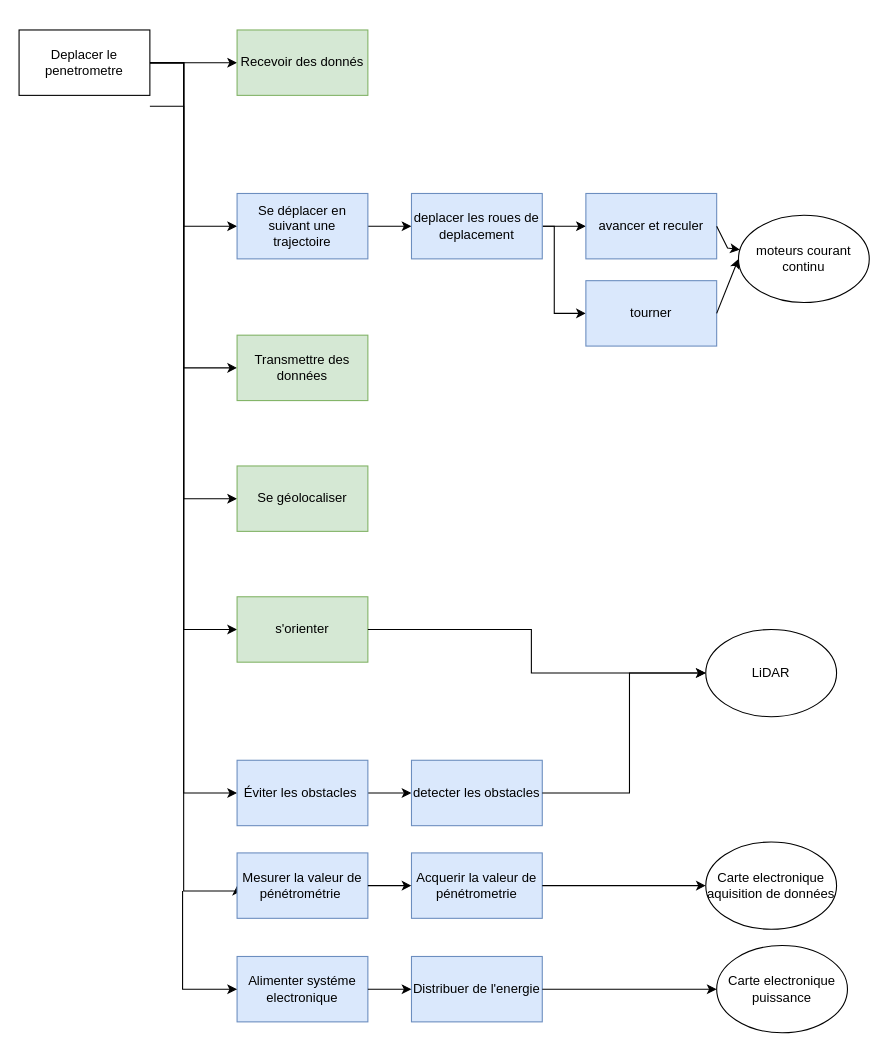
This is documentation/D-FAST_ER-TA1.drawio from ToGen49/Hippodrome, a draw.io file, before an edit. Source tidied: cells renumbered, new cells numbered last; positions are measured from the earlier drawing's top-left corner, leaving out a move shared by most shapes. Both pictures are drawn from the tidied source at 109%, with x=0, y=0 at pixel (19, 29).
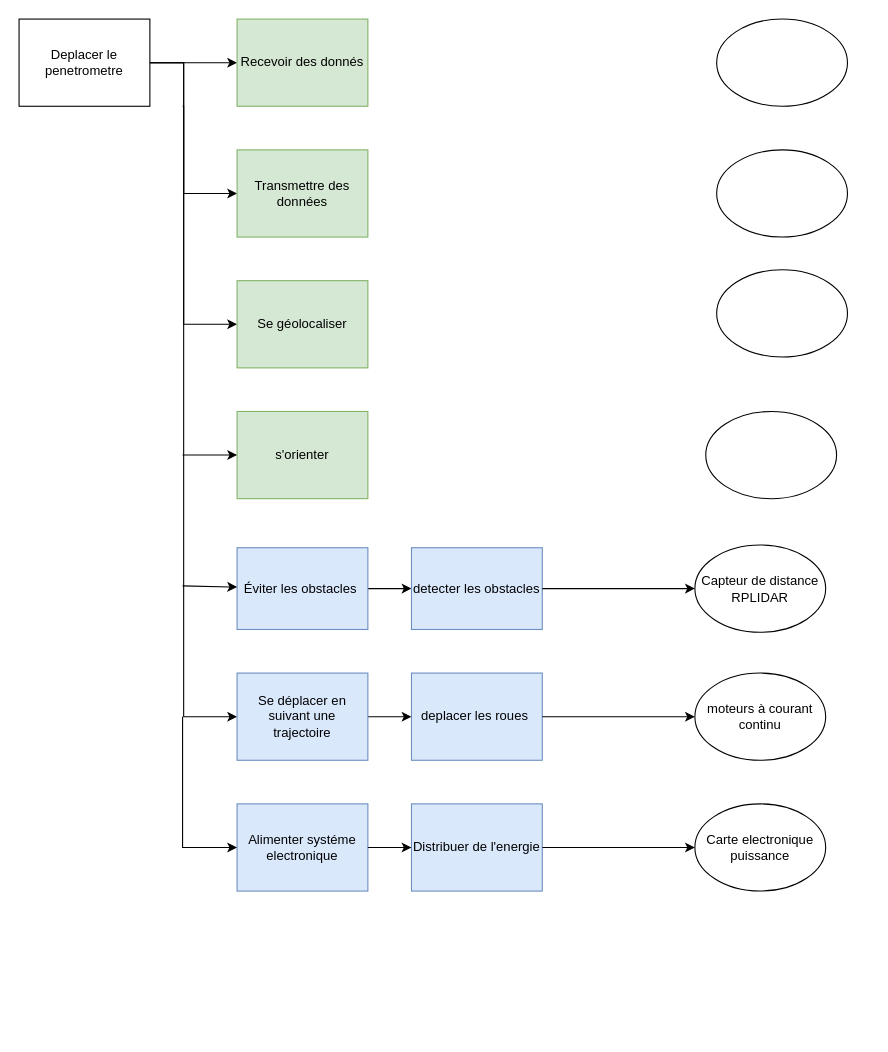
Above is the later version.

Commit message:
Mettre à jour D-FAST_ER-TA1.drawio

What changed in the source:
```diff
@@
     <mxCell id="3" style="edgeStyle=orthogonalEdgeStyle;rounded=0;jettySize=auto;html=1;exitX=1;exitY=0.5;exitDx=0;exitDy=0;entryX=0;entryY=0.5;entryDx=0;entryDy=0;" parent="1" edge="1" source="9" target="15">
       <mxGeometry relative="1" as="geometry">
         <Array as="points">
           <mxPoint x="151" y="30" />
-          <mxPoint x="151" y="180" />
+          <mxPoint x="151" y="630" />
         </Array>
       </mxGeometry>
     </mxCell>
-    <mxCell id="4" style="edgeStyle=orthogonalEdgeStyle;rounded=0;orthogonalLoop=1;jettySize=auto;html=1;exitX=1;exitY=0.5;exitDx=0;exitDy=0;entryX=0;entryY=0.5;entryDx=0;entryDy=0;" parent="1" edge="1">
+    <mxCell id="4" style="edgeStyle=orthogonalEdgeStyle;rounded=0;jettySize=auto;html=1;entryX=0;entryY=0.5;entryDx=0;entryDy=0;" parent="1" edge="1" target="11">
       <mxGeometry relative="1" as="geometry">
-        <mxPoint x="120" y="70" as="sourcePoint" />
-        <mxPoint x="200" y="430" as="targetPoint" />
+        <mxPoint x="150" y="70" as="sourcePoint" />
         <Array as="points">
           <mxPoint x="151" y="70" />
-          <mxPoint x="151" y="430" />
-          <mxPoint x="200" y="430" />
+          <mxPoint x="151" y="270" />
         </Array>
       </mxGeometry>
     </mxCell>
-    <mxCell id="5" style="edgeStyle=orthogonalEdgeStyle;rounded=0;jettySize=auto;html=1;exitX=1;exitY=0.5;exitDx=0;exitDy=0;entryX=0;entryY=0.5;entryDx=0;entryDy=0;" parent="1" edge="1" source="9" target="12">
-      <mxGeometry relative="1" as="geometry">
-        <Array as="points">
-          <mxPoint x="151" y="30" />
-          <mxPoint x="151" y="550" />
-          <mxPoint x="200" y="550" />
-        </Array>
-      </mxGeometry>
-    </mxCell>
     <mxCell id="6" style="edgeStyle=orthogonalEdgeStyle;rounded=0;jettySize=auto;html=1;exitX=1;exitY=0.5;exitDx=0;exitDy=0;entryX=0;entryY=0.5;entryDx=0;entryDy=0;" parent="1" edge="1" source="9" target="13">
       <mxGeometry relative="1" as="geometry">
         <Array as="points">
           <mxPoint x="151" y="30" />
-          <mxPoint x="151" y="310" />
-          <mxPoint x="200" y="310" />
+          <mxPoint x="151" y="150" />
         </Array>
       </mxGeometry>
     </mxCell>
-    <mxCell id="7" style="edgeStyle=orthogonalEdgeStyle;rounded=0;jettySize=auto;html=1;exitX=1;exitY=0.5;exitDx=0;exitDy=0;entryX=0;entryY=0.5;entryDx=0;entryDy=0;" parent="1" edge="1" source="9" target="17">
-      <mxGeometry relative="1" as="geometry">
-        <Array as="points">
-          <mxPoint x="151" y="30" />
-          <mxPoint x="151" y="700" />
-        </Array>
-      </mxGeometry>
-    </mxCell>
-    <mxCell id="8" style="edgeStyle=orthogonalEdgeStyle;rounded=0;jettySize=auto;html=1;exitX=1;exitY=0.5;exitDx=0;exitDy=0;entryX=0;entryY=0.5;entryDx=0;entryDy=0;" parent="1" edge="1" source="9" target="18">
-      <mxGeometry relative="1" as="geometry">
-        <Array as="points">
-          <mxPoint x="151" y="30" />
-          <mxPoint x="151" y="790" />
-          <mxPoint x="200" y="790" />
-        </Array>
-      </mxGeometry>
-    </mxCell>
     <mxCell id="9" value="Deplacer le penetrometre" style="rounded=0;whiteSpace=wrap;html=1;" parent="1" vertex="1">
-      <mxGeometry width="120" height="60" as="geometry" />
+      <mxGeometry y="-10" width="120" height="80" as="geometry" />
     </mxCell>
     <mxCell id="10" value="Recevoir des donnés" style="rounded=0;whiteSpace=wrap;html=1;fillColor=#d5e8d4;strokeColor=#82b366;" parent="1" vertex="1">
-      <mxGeometry x="200" width="120" height="60" as="geometry" />
+      <mxGeometry x="200" y="-10" width="120" height="80" as="geometry" />
     </mxCell>
     <mxCell id="11" value="Se géolocaliser" style="rounded=0;whiteSpace=wrap;html=1;fillColor=#d5e8d4;strokeColor=#82b366;" parent="1" vertex="1">
-      <mxGeometry x="200" y="400" width="120" height="60" as="geometry" />
+      <mxGeometry x="200" y="230" width="120" height="80" as="geometry" />
     </mxCell>
     <mxCell id="12" value="s'orienter" style="rounded=0;whiteSpace=wrap;html=1;fillColor=#d5e8d4;strokeColor=#82b366;" parent="1" vertex="1">
-      <mxGeometry x="200" y="520" width="120" height="60" as="geometry" />
+      <mxGeometry x="200" y="350" width="120" height="80" as="geometry" />
     </mxCell>
     <mxCell id="13" value="Transmettre des données" style="rounded=0;whiteSpace=wrap;html=1;fillColor=#d5e8d4;strokeColor=#82b366;" parent="1" vertex="1">
-      <mxGeometry x="200" y="280" width="120" height="60" as="geometry" />
+      <mxGeometry x="200" y="110" width="120" height="80" as="geometry" />
     </mxCell>
@@
     <mxCell id="15" value="Se déplacer en suivant une&lt;br/&gt;trajectoire" style="rounded=0;whiteSpace=wrap;html=1;fillColor=#dae8fc;strokeColor=#6c8ebf;" parent="1" vertex="1">
-      <mxGeometry x="200" y="150" width="120" height="60" as="geometry" />
+      <mxGeometry x="200" y="590" width="120" height="80" as="geometry" />
     </mxCell>
@@
     <mxCell id="17" value="Éviter les obstacles&amp;nbsp;" style="rounded=0;whiteSpace=wrap;html=1;fillColor=#dae8fc;strokeColor=#6c8ebf;" parent="1" vertex="1">
-      <mxGeometry x="200" y="670" width="120" height="60" as="geometry" />
+      <mxGeometry x="200" y="475" width="120" height="75" as="geometry" />
     </mxCell>
-    <mxCell id="18" value="Mesurer la valeur de&lt;br/&gt;pénétrométrie&amp;nbsp;" style="rounded=0;whiteSpace=wrap;html=1;fillColor=#dae8fc;strokeColor=#6c8ebf;" parent="1" vertex="1">
-      <mxGeometry x="200" y="755" width="120" height="60" as="geometry" />
-    </mxCell>
-    <mxCell id="19" style="edgeStyle=orthogonalEdgeStyle;rounded=0;jettySize=auto;html=1;exitX=1;exitY=0.5;exitDx=0;exitDy=0;entryX=0;entryY=0.5;entryDx=0;entryDy=0;" parent="1" edge="1" source="21" target="23">
-      <mxGeometry relative="1" as="geometry" />
-    </mxCell>
-    <mxCell id="20" style="edgeStyle=orthogonalEdgeStyle;rounded=0;jettySize=auto;html=1;exitX=1;exitY=0.5;exitDx=0;exitDy=0;entryX=0;entryY=0.5;entryDx=0;entryDy=0;" parent="1" edge="1" source="21" target="24">
-      <mxGeometry relative="1" as="geometry">
-        <Array as="points">
-          <mxPoint x="491" y="180" />
-          <mxPoint x="491" y="260" />
-        </Array>
-      </mxGeometry>
-    </mxCell>
-    <mxCell id="21" value="deplacer les roues de deplacement" style="rounded=0;whiteSpace=wrap;html=1;fillColor=#dae8fc;strokeColor=#6c8ebf;" parent="1" vertex="1">
-      <mxGeometry x="360" y="150" width="120" height="60" as="geometry" />
+    <mxCell id="21" value="deplacer les roues&amp;nbsp;" style="rounded=0;whiteSpace=wrap;html=1;fillColor=#dae8fc;strokeColor=#6c8ebf;" parent="1" vertex="1">
+      <mxGeometry x="360" y="590" width="120" height="80" as="geometry" />
     </mxCell>
     <mxCell id="22" value="detecter les obstacles" style="rounded=0;whiteSpace=wrap;html=1;fillColor=#dae8fc;strokeColor=#6c8ebf;" parent="1" vertex="1">
-      <mxGeometry x="360" y="670" width="120" height="60" as="geometry" />
+      <mxGeometry x="360" y="475" width="120" height="75" as="geometry" />
     </mxCell>
-    <mxCell id="23" value="avancer et reculer" style="rounded=0;whiteSpace=wrap;html=1;fillColor=#dae8fc;strokeColor=#6c8ebf;" parent="1" vertex="1">
-      <mxGeometry x="520" y="150" width="120" height="60" as="geometry" />
-    </mxCell>
-    <mxCell id="24" value="tourner" style="rounded=0;whiteSpace=wrap;html=1;fillColor=#dae8fc;strokeColor=#6c8ebf;" parent="1" vertex="1">
-      <mxGeometry x="520" y="230" width="120" height="60" as="geometry" />
-    </mxCell>
-    <mxCell id="25" value="Acquerir la valeur de pénétrometrie" style="rounded=0;whiteSpace=wrap;html=1;fillColor=#dae8fc;strokeColor=#6c8ebf;" parent="1" vertex="1">
-      <mxGeometry x="360" y="755" width="120" height="60" as="geometry" />
-    </mxCell>
-    <mxCell id="26" style="endArrow=classic;html=1;rounded=0;exitX=1;exitY=0.5;exitDx=0;exitDy=0;entryX=0;entryY=0.5;entryDx=0;entryDy=0;" parent="1" edge="1" source="18" target="25">
-      <mxGeometry relative="1" as="geometry" />
-    </mxCell>
-    <mxCell id="27" value="LiDAR" style="ellipse;whiteSpace=wrap;html=1;" parent="1" vertex="1">
-      <mxGeometry x="630" y="550" width="120" height="80" as="geometry" />
+    <mxCell id="27" value="Capteur de distance RPLIDAR" style="ellipse;whiteSpace=wrap;html=1;" parent="1" vertex="1">
+      <mxGeometry x="620" y="472.5" width="120" height="80" as="geometry" />
     </mxCell>
-    <mxCell id="28" value="moteurs courant continu" style="ellipse;whiteSpace=wrap;html=1;" parent="1" vertex="1">
-      <mxGeometry x="660" y="170" width="120" height="80" as="geometry" />
+    <mxCell id="28" value="moteurs à courant continu" style="ellipse;whiteSpace=wrap;html=1;" parent="1" vertex="1">
+      <mxGeometry x="620" y="590" width="120" height="80" as="geometry" />
     </mxCell>
-    <mxCell id="29" style="endArrow=classic;html=1;rounded=0;entryX=0;entryY=0.5;entryDx=0;entryDy=0;" parent="1" edge="1" target="27">
-      <mxGeometry relative="1" as="geometry">
-        <mxPoint x="480" y="700" as="sourcePoint" />
-        <Array as="points">
-          <mxPoint x="560" y="700" />
-          <mxPoint x="560" y="590" />
-        </Array>
-      </mxGeometry>
+    <mxCell id="29" style="endArrow=classic;html=1;rounded=0;entryX=0;entryY=0.5;entryDx=0;entryDy=0;exitX=1;exitY=0.5;exitDx=0;exitDy=0;" parent="1" edge="1" source="22" target="27">
+      <mxGeometry relative="1" as="geometry" />
     </mxCell>
-    <mxCell id="30" style="endArrow=classic;html=1;rounded=0;exitX=1;exitY=0.5;exitDx=0;exitDy=0;" parent="1" edge="1" source="12">
-      <mxGeometry relative="1" as="geometry">
-        <mxPoint x="630" y="590" as="targetPoint" />
-        <Array as="points">
-          <mxPoint x="470" y="550" />
-          <mxPoint x="470" y="590" />
-        </Array>
-      </mxGeometry>
-    </mxCell>
-    <mxCell id="31" style="endArrow=classic;html=1;rounded=0;exitX=1;exitY=0.5;exitDx=0;exitDy=0;" parent="1" edge="1" source="23" target="28">
-      <mxGeometry relative="1" as="geometry">
-        <Array as="points">
-          <mxPoint x="650" y="200" />
-        </Array>
-      </mxGeometry>
-    </mxCell>
-    <mxCell id="32" style="endArrow=classic;html=1;rounded=0;exitX=1;exitY=0.5;exitDx=0;exitDy=0;entryX=0;entryY=0.5;entryDx=0;entryDy=0;" parent="1" edge="1" source="24" target="28">
-      <mxGeometry relative="1" as="geometry" />
-    </mxCell>
     <mxCell id="33" value="Carte electronique&lt;div&gt;puissance&lt;/div&gt;" style="ellipse;whiteSpace=wrap;html=1;" parent="1" vertex="1">
-      <mxGeometry x="640" y="840" width="120" height="80" as="geometry" />
+      <mxGeometry x="620" y="710" width="120" height="80" as="geometry" />
     </mxCell>
     <mxCell id="34" value="Alimenter systéme electronique" style="rounded=0;whiteSpace=wrap;html=1;fillColor=#dae8fc;strokeColor=#6c8ebf;" parent="1" vertex="1">
-      <mxGeometry x="200" y="850" width="120" height="60" as="geometry" />
+      <mxGeometry x="200" y="710" width="120" height="80" as="geometry" />
     </mxCell>
-    <mxCell id="35" style="endArrow=classic;html=1;rounded=0;entryX=0;entryY=0.5;entryDx=0;entryDy=0;" parent="1" edge="1" target="34">
-      <mxGeometry relative="1" as="geometry">
-        <mxPoint x="150" y="790" as="sourcePoint" />
-        <Array as="points">
-          <mxPoint x="150" y="880" />
-        </Array>
-      </mxGeometry>
-    </mxCell>
-    <mxCell id="36" value="Carte electronique aquisition de données" style="ellipse;whiteSpace=wrap;html=1;" parent="1" vertex="1">
-      <mxGeometry x="630" y="745" width="120" height="80" as="geometry" />
-    </mxCell>
     <mxCell id="37" value="Distribuer de l'energie" style="rounded=0;whiteSpace=wrap;html=1;fillColor=#dae8fc;strokeColor=#6c8ebf;" parent="1" vertex="1">
-      <mxGeometry x="360" y="850" width="120" height="60" as="geometry" />
+      <mxGeometry x="360" y="710" width="120" height="80" as="geometry" />
     </mxCell>
@@
-    <mxCell id="39" style="endArrow=classic;html=1;rounded=0;exitX=1;exitY=0.5;exitDx=0;exitDy=0;entryX=0;entryY=0.5;entryDx=0;entryDy=0;" parent="1" edge="1" source="25" target="36">
-      <mxGeometry relative="1" as="geometry" />
-    </mxCell>
@@
+    <mxCell id="41" style="endArrow=classic;html=1;rounded=0;entryX=0;entryY=0.5;entryDx=0;entryDy=0;" parent="1" edge="1" target="34">
+      <mxGeometry relative="1" as="geometry">
+        <mxPoint x="150" y="630" as="sourcePoint" />
+        <Array as="points">
+          <mxPoint x="150" y="750" />
+        </Array>
+      </mxGeometry>
+    </mxCell>
+    <mxCell id="42" style="endArrow=classic;html=1;rounded=0;entryX=0;entryY=0.5;entryDx=0;entryDy=0;" parent="1" edge="1" target="12">
+      <mxGeometry relative="1" as="geometry">
+        <mxPoint x="150" y="390" as="sourcePoint" />
+      </mxGeometry>
+    </mxCell>
+    <mxCell id="43" style="endArrow=classic;html=1;rounded=0;" parent="1" edge="1" target="17">
+      <mxGeometry relative="1" as="geometry">
+        <mxPoint x="150" y="510" as="sourcePoint" />
+      </mxGeometry>
+    </mxCell>
+    <mxCell id="44" style="endArrow=classic;html=1;rounded=0;exitX=1;exitY=0.5;exitDx=0;exitDy=0;" parent="1" edge="1" source="21" target="28">
+      <mxGeometry relative="1" as="geometry" />
+    </mxCell>
+    <mxCell id="45" style="ellipse;whiteSpace=wrap;html=1;" parent="1" vertex="1">
+      <mxGeometry x="640" y="-10" width="120" height="80" as="geometry" />
+    </mxCell>
+    <mxCell id="46" style="ellipse;whiteSpace=wrap;html=1;" parent="1" vertex="1">
+      <mxGeometry x="640" y="110" width="120" height="80" as="geometry" />
+    </mxCell>
+    <mxCell id="47" style="ellipse;whiteSpace=wrap;html=1;" parent="1" vertex="1">
+      <mxGeometry x="640" y="220" width="120" height="80" as="geometry" />
+    </mxCell>
+    <mxCell id="48" style="ellipse;whiteSpace=wrap;html=1;" parent="1" vertex="1">
+      <mxGeometry x="630" y="350" width="120" height="80" as="geometry" />
+    </mxCell>
```
